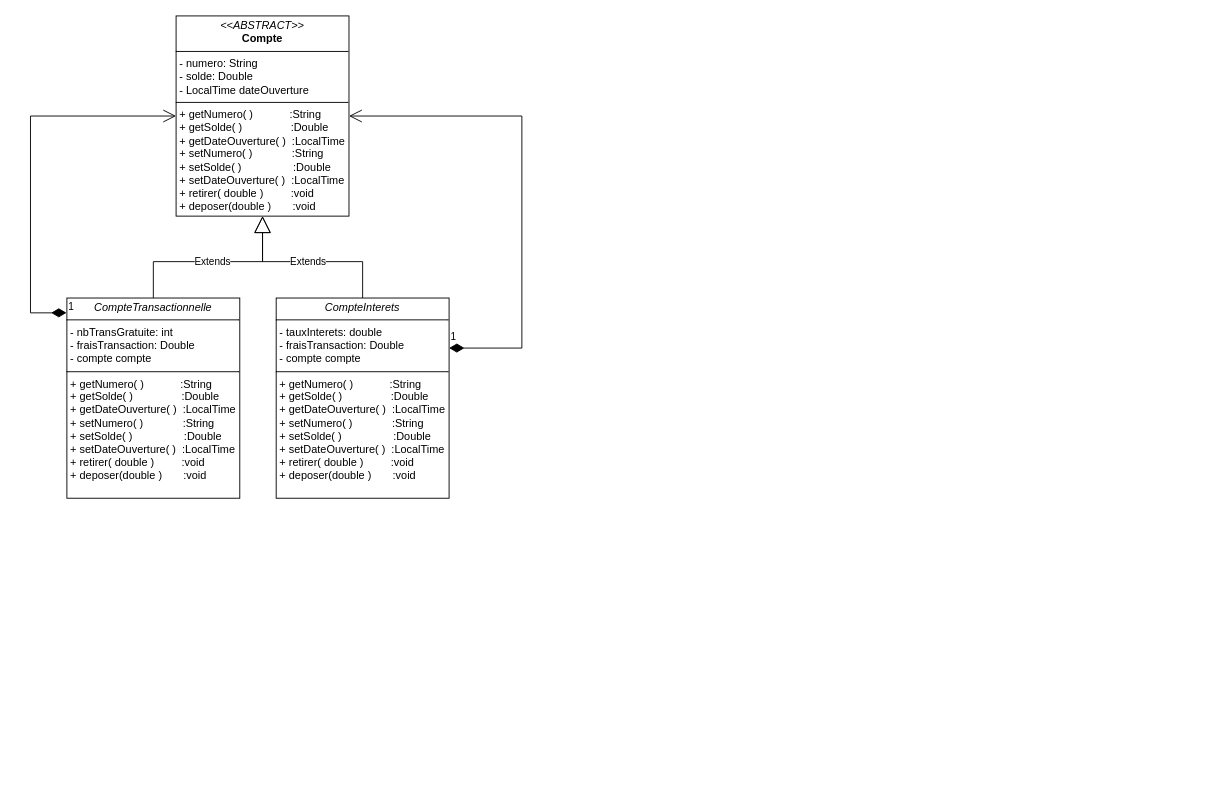
Before: Uml/DiagrammeSequence/compte.drawio in Lililatortue/JavaClassProject, a draw.io diagram. Source tidied: cells renumbered, new cells numbered last; positions are measured from the earlier drawing's top-left corner, leaving out a move shared by most shapes. Both pictures are drawn from the tidied source at 91%, with x=0, y=0 at pixel (30, 15).
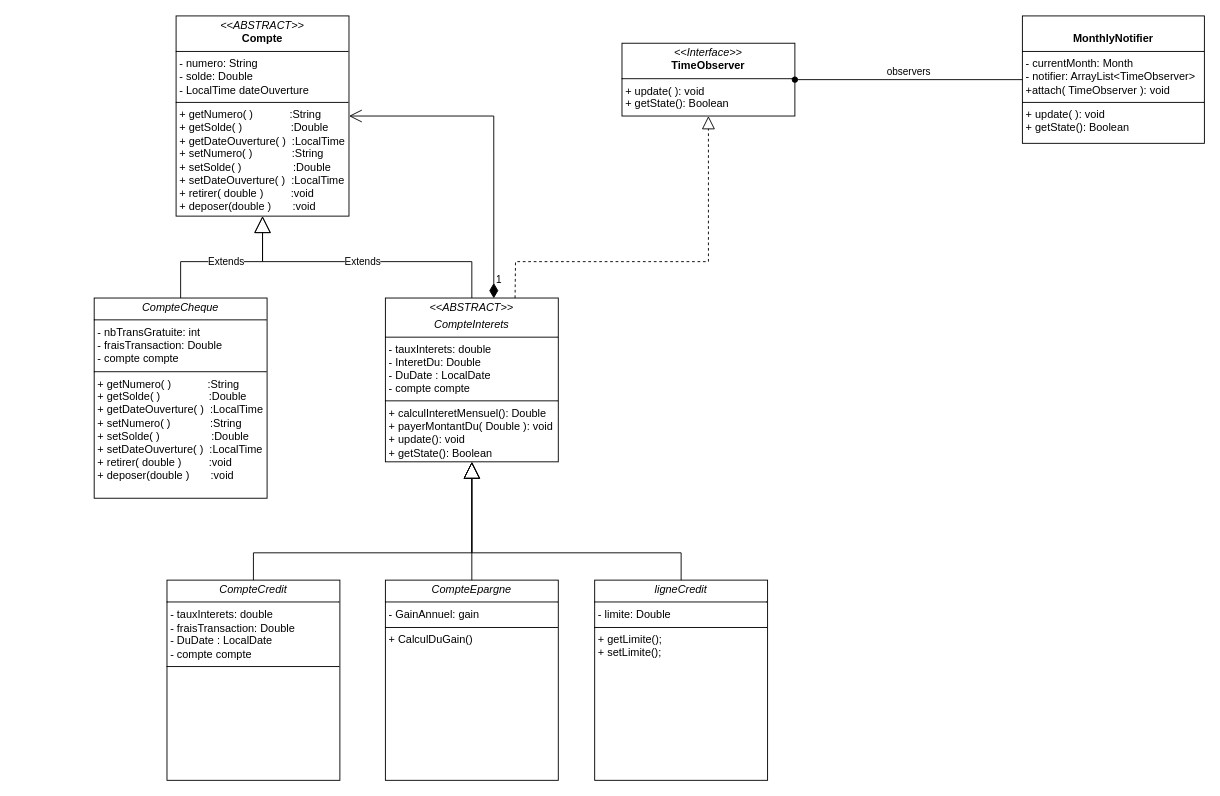
After the change.

Commit message:
Mettre à jour compte.drawio

Unchanged cells that the change refers to:
```xml
<mxCell id="2" value="&lt;p style=&quot;margin:0px;margin-top:4px;text-align:center;&quot;&gt;&lt;i&gt;&amp;lt;&amp;lt;ABSTRACT&amp;gt;&amp;gt;&lt;/i&gt;&lt;br&gt;&lt;b&gt;Compte&lt;/b&gt;&lt;/p&gt;&lt;hr size=&quot;1&quot; style=&quot;border-style:solid;&quot;&gt;&lt;p style=&quot;margin:0px;margin-left:4px;&quot;&gt;- numero: String&lt;br&gt;- solde: Double&lt;/p&gt;&lt;p style=&quot;margin:0px;margin-left:4px;&quot;&gt;- LocalTime dateOuverture&lt;/p&gt;&lt;hr size=&quot;1&quot; style=&quot;border-style:solid;&quot;&gt;&lt;p style=&quot;margin:0px;margin-left:4px;&quot;&gt;+ getNumero( )&amp;nbsp; &amp;nbsp; &amp;nbsp; &amp;nbsp; &amp;nbsp; &amp;nbsp; :String&lt;br&gt;+ getSolde( )&amp;nbsp; &amp;nbsp; &amp;nbsp; &amp;nbsp; &amp;nbsp; &amp;nbsp; &amp;nbsp; &amp;nbsp; :Double&lt;/p&gt;&lt;p style=&quot;margin:0px;margin-left:4px;&quot;&gt;+ getDateOuverture( )&amp;nbsp; :LocalTime&lt;/p&gt;&lt;p style=&quot;margin: 0px 0px 0px 4px;&quot;&gt;+ setNumero( )&amp;nbsp; &amp;nbsp; &amp;nbsp; &amp;nbsp; &amp;nbsp; &amp;nbsp; &amp;nbsp;:String&lt;br&gt;+ setSolde( )&amp;nbsp; &amp;nbsp; &amp;nbsp; &amp;nbsp; &amp;nbsp; &amp;nbsp; &amp;nbsp; &amp;nbsp; &amp;nbsp;:Double&lt;/p&gt;&lt;p style=&quot;margin: 0px 0px 0px 4px;&quot;&gt;+ setDateOuverture( )&amp;nbsp; :LocalTime&lt;/p&gt;&lt;p style=&quot;margin: 0px 0px 0px 4px;&quot;&gt;+ retirer( double )&amp;nbsp; &amp;nbsp; &amp;nbsp; &amp;nbsp; &amp;nbsp;:void&lt;/p&gt;&lt;p style=&quot;margin: 0px 0px 0px 4px;&quot;&gt;+ deposer(double )&amp;nbsp; &amp;nbsp; &amp;nbsp; &amp;nbsp;:void&lt;/p&gt;&lt;p style=&quot;margin:0px;margin-left:4px;&quot;&gt;&lt;br&gt;&lt;/p&gt;&lt;p style=&quot;margin:0px;margin-left:4px;&quot;&gt;&lt;br&gt;&lt;/p&gt;" style="verticalAlign=top;align=left;overflow=fill;html=1;whiteSpace=wrap;" parent="1" vertex="1">
  <mxGeometry x="160" width="190" height="220" as="geometry" />
</mxCell>
```

Diff of the diagram source:
```diff
@@
-    <mxCell id="3" value="&lt;p style=&quot;margin:0px;margin-top:4px;text-align:center;&quot;&gt;&lt;i&gt;CompteTransactionnelle&lt;/i&gt;&lt;/p&gt;&lt;hr size=&quot;1&quot; style=&quot;border-style:solid;&quot;&gt;&lt;p style=&quot;margin:0px;margin-left:4px;&quot;&gt;- nbTransGratuite: int&lt;br&gt;- fraisTransaction: Double&lt;/p&gt;&lt;p style=&quot;margin:0px;margin-left:4px;&quot;&gt;- compte compte&lt;/p&gt;&lt;hr size=&quot;1&quot; style=&quot;border-style:solid;&quot;&gt;&lt;p style=&quot;margin:0px;margin-left:4px;&quot;&gt;+ getNumero( )&amp;nbsp; &amp;nbsp; &amp;nbsp; &amp;nbsp; &amp;nbsp; &amp;nbsp; :String&lt;br&gt;+ getSolde( )&amp;nbsp; &amp;nbsp; &amp;nbsp; &amp;nbsp; &amp;nbsp; &amp;nbsp; &amp;nbsp; &amp;nbsp; :Double&lt;/p&gt;&lt;p style=&quot;margin:0px;margin-left:4px;&quot;&gt;+ getDateOuverture( )&amp;nbsp; :LocalTime&lt;/p&gt;&lt;p style=&quot;margin: 0px 0px 0px 4px;&quot;&gt;+ setNumero( )&amp;nbsp; &amp;nbsp; &amp;nbsp; &amp;nbsp; &amp;nbsp; &amp;nbsp; &amp;nbsp;:String&lt;br&gt;+ setSolde( )&amp;nbsp; &amp;nbsp; &amp;nbsp; &amp;nbsp; &amp;nbsp; &amp;nbsp; &amp;nbsp; &amp;nbsp; &amp;nbsp;:Double&lt;/p&gt;&lt;p style=&quot;margin: 0px 0px 0px 4px;&quot;&gt;+ setDateOuverture( )&amp;nbsp; :LocalTime&lt;/p&gt;&lt;p style=&quot;margin: 0px 0px 0px 4px;&quot;&gt;+ retirer( double )&amp;nbsp; &amp;nbsp; &amp;nbsp; &amp;nbsp; &amp;nbsp;:void&lt;/p&gt;&lt;p style=&quot;margin: 0px 0px 0px 4px;&quot;&gt;+ deposer(double )&amp;nbsp; &amp;nbsp; &amp;nbsp; &amp;nbsp;:void&lt;/p&gt;&lt;p style=&quot;margin:0px;margin-left:4px;&quot;&gt;&lt;br&gt;&lt;/p&gt;&lt;p style=&quot;margin:0px;margin-left:4px;&quot;&gt;&lt;br&gt;&lt;/p&gt;" style="verticalAlign=top;align=left;overflow=fill;html=1;whiteSpace=wrap;" parent="1" vertex="1">
-      <mxGeometry x="40" y="310" width="190" height="220" as="geometry" />
+    <mxCell id="3" value="&lt;p style=&quot;margin:0px;margin-top:4px;text-align:center;&quot;&gt;&lt;i&gt;CompteCheque&lt;/i&gt;&lt;/p&gt;&lt;hr size=&quot;1&quot; style=&quot;border-style:solid;&quot;&gt;&lt;p style=&quot;margin:0px;margin-left:4px;&quot;&gt;- nbTransGratuite: int&lt;br&gt;- fraisTransaction: Double&lt;/p&gt;&lt;p style=&quot;margin:0px;margin-left:4px;&quot;&gt;- compte compte&lt;/p&gt;&lt;hr size=&quot;1&quot; style=&quot;border-style:solid;&quot;&gt;&lt;p style=&quot;margin:0px;margin-left:4px;&quot;&gt;+ getNumero( )&amp;nbsp; &amp;nbsp; &amp;nbsp; &amp;nbsp; &amp;nbsp; &amp;nbsp; :String&lt;br&gt;+ getSolde( )&amp;nbsp; &amp;nbsp; &amp;nbsp; &amp;nbsp; &amp;nbsp; &amp;nbsp; &amp;nbsp; &amp;nbsp; :Double&lt;/p&gt;&lt;p style=&quot;margin:0px;margin-left:4px;&quot;&gt;+ getDateOuverture( )&amp;nbsp; :LocalTime&lt;/p&gt;&lt;p style=&quot;margin: 0px 0px 0px 4px;&quot;&gt;+ setNumero( )&amp;nbsp; &amp;nbsp; &amp;nbsp; &amp;nbsp; &amp;nbsp; &amp;nbsp; &amp;nbsp;:String&lt;br&gt;+ setSolde( )&amp;nbsp; &amp;nbsp; &amp;nbsp; &amp;nbsp; &amp;nbsp; &amp;nbsp; &amp;nbsp; &amp;nbsp; &amp;nbsp;:Double&lt;/p&gt;&lt;p style=&quot;margin: 0px 0px 0px 4px;&quot;&gt;+ setDateOuverture( )&amp;nbsp; :LocalTime&lt;/p&gt;&lt;p style=&quot;margin: 0px 0px 0px 4px;&quot;&gt;+ retirer( double )&amp;nbsp; &amp;nbsp; &amp;nbsp; &amp;nbsp; &amp;nbsp;:void&lt;/p&gt;&lt;p style=&quot;margin: 0px 0px 0px 4px;&quot;&gt;+ deposer(double )&amp;nbsp; &amp;nbsp; &amp;nbsp; &amp;nbsp;:void&lt;/p&gt;&lt;p style=&quot;margin:0px;margin-left:4px;&quot;&gt;&lt;br&gt;&lt;/p&gt;&lt;p style=&quot;margin:0px;margin-left:4px;&quot;&gt;&lt;br&gt;&lt;/p&gt;" style="verticalAlign=top;align=left;overflow=fill;html=1;whiteSpace=wrap;" parent="1" vertex="1">
+      <mxGeometry x="70" y="310" width="190" height="220" as="geometry" />
     </mxCell>
     <mxCell id="4" value="Extends" style="endArrow=block;endSize=16;endFill=0;html=1;rounded=0;entryX=0.5;entryY=1;entryDx=0;entryDy=0;exitX=0.5;exitY=0;exitDx=0;exitDy=0;" parent="1" edge="1" source="3" target="2">
       <mxGeometry relative="1" as="geometry">
         <Array as="points">
-          <mxPoint x="135" y="270" />
+          <mxPoint x="165" y="270" />
           <mxPoint x="255" y="270" />
         </Array>
       </mxGeometry>
     </mxCell>
-    <mxCell id="5" value="1" style="endArrow=open;html=1;endSize=12;startArrow=diamondThin;startSize=14;startFill=1;edgeStyle=orthogonalEdgeStyle;align=left;verticalAlign=bottom;rounded=0;exitX=-0.002;exitY=0.074;exitDx=0;exitDy=0;entryX=0;entryY=0.5;entryDx=0;entryDy=0;exitPerimeter=0;" parent="1" edge="1" source="3" target="2">
-      <mxGeometry x="-1" y="3" relative="1" as="geometry">
-        <Array as="points">
-          <mxPoint y="326" />
-          <mxPoint y="110" />
-        </Array>
-      </mxGeometry>
-    </mxCell>
-    <mxCell id="6" value="&lt;p style=&quot;margin:0px;margin-top:4px;text-align:center;&quot;&gt;&lt;i&gt;CompteInterets&lt;/i&gt;&lt;/p&gt;&lt;hr size=&quot;1&quot; style=&quot;border-style:solid;&quot;&gt;&lt;p style=&quot;margin:0px;margin-left:4px;&quot;&gt;- tauxInterets: double&lt;br&gt;- fraisTransaction: Double&lt;/p&gt;&lt;p style=&quot;margin:0px;margin-left:4px;&quot;&gt;- compte compte&lt;/p&gt;&lt;hr size=&quot;1&quot; style=&quot;border-style:solid;&quot;&gt;&lt;p style=&quot;margin:0px;margin-left:4px;&quot;&gt;+ getNumero( )&amp;nbsp; &amp;nbsp; &amp;nbsp; &amp;nbsp; &amp;nbsp; &amp;nbsp; :String&lt;br&gt;+ getSolde( )&amp;nbsp; &amp;nbsp; &amp;nbsp; &amp;nbsp; &amp;nbsp; &amp;nbsp; &amp;nbsp; &amp;nbsp; :Double&lt;/p&gt;&lt;p style=&quot;margin:0px;margin-left:4px;&quot;&gt;+ getDateOuverture( )&amp;nbsp; :LocalTime&lt;/p&gt;&lt;p style=&quot;margin: 0px 0px 0px 4px;&quot;&gt;+ setNumero( )&amp;nbsp; &amp;nbsp; &amp;nbsp; &amp;nbsp; &amp;nbsp; &amp;nbsp; &amp;nbsp;:String&lt;br&gt;+ setSolde( )&amp;nbsp; &amp;nbsp; &amp;nbsp; &amp;nbsp; &amp;nbsp; &amp;nbsp; &amp;nbsp; &amp;nbsp; &amp;nbsp;:Double&lt;/p&gt;&lt;p style=&quot;margin: 0px 0px 0px 4px;&quot;&gt;+ setDateOuverture( )&amp;nbsp; :LocalTime&lt;/p&gt;&lt;p style=&quot;margin: 0px 0px 0px 4px;&quot;&gt;+ retirer( double )&amp;nbsp; &amp;nbsp; &amp;nbsp; &amp;nbsp; &amp;nbsp;:void&lt;/p&gt;&lt;p style=&quot;margin: 0px 0px 0px 4px;&quot;&gt;+ deposer(double )&amp;nbsp; &amp;nbsp; &amp;nbsp; &amp;nbsp;:void&lt;/p&gt;&lt;p style=&quot;margin:0px;margin-left:4px;&quot;&gt;&lt;br&gt;&lt;/p&gt;&lt;p style=&quot;margin:0px;margin-left:4px;&quot;&gt;&lt;br&gt;&lt;/p&gt;" style="verticalAlign=top;align=left;overflow=fill;html=1;whiteSpace=wrap;" parent="1" vertex="1">
-      <mxGeometry x="270" y="310" width="190" height="220" as="geometry" />
+    <mxCell id="6" value="&lt;p style=&quot;margin:0px;margin-top:4px;text-align:center;&quot;&gt;&lt;i&gt;&amp;lt;&amp;lt;ABSTRACT&amp;gt;&amp;gt;&lt;/i&gt;&lt;/p&gt;&lt;p style=&quot;margin:0px;margin-top:4px;text-align:center;&quot;&gt;&lt;i&gt;CompteInterets&lt;/i&gt;&lt;/p&gt;&lt;hr size=&quot;1&quot; style=&quot;border-style:solid;&quot;&gt;&lt;p style=&quot;margin:0px;margin-left:4px;&quot;&gt;- tauxInterets: double&lt;br&gt;- InteretDu: Double&lt;/p&gt;&lt;p style=&quot;margin:0px;margin-left:4px;&quot;&gt;- DuDate : LocalDate&lt;/p&gt;&lt;p style=&quot;margin:0px;margin-left:4px;&quot;&gt;- compte compte&lt;/p&gt;&lt;hr size=&quot;1&quot; style=&quot;border-style:solid;&quot;&gt;&lt;p style=&quot;margin:0px;margin-left:4px;&quot;&gt;+ calculInteretMensuel(): Double&lt;/p&gt;&lt;p style=&quot;margin:0px;margin-left:4px;&quot;&gt;+ payerMontantDu( Double ): void&lt;/p&gt;&lt;p style=&quot;margin:0px;margin-left:4px;&quot;&gt;+ update(): void&lt;/p&gt;&lt;p style=&quot;margin:0px;margin-left:4px;&quot;&gt;+ getState(): Boolean&lt;/p&gt;&lt;p style=&quot;margin:0px;margin-left:4px;&quot;&gt;&lt;br&gt;&lt;/p&gt;" style="verticalAlign=top;align=left;overflow=fill;html=1;whiteSpace=wrap;" parent="1" vertex="1">
+      <mxGeometry x="390" y="310" width="190" height="180" as="geometry" />
     </mxCell>
     <mxCell id="7" value="Extends" style="endArrow=block;endSize=16;endFill=0;html=1;rounded=0;entryX=0.5;entryY=1;entryDx=0;entryDy=0;exitX=0.5;exitY=0;exitDx=0;exitDy=0;" parent="1" edge="1" source="6" target="2">
       <mxGeometry relative="1" as="geometry">
         <Array as="points">
+          <mxPoint x="485" y="270" />
           <mxPoint x="365" y="270" />
           <mxPoint x="255" y="270" />
         </Array>
       </mxGeometry>
     </mxCell>
-    <mxCell id="8" value="1" style="endArrow=open;html=1;endSize=12;startArrow=diamondThin;startSize=14;startFill=1;edgeStyle=orthogonalEdgeStyle;align=left;verticalAlign=bottom;rounded=0;exitX=1;exitY=0.25;exitDx=0;exitDy=0;entryX=1;entryY=0.5;entryDx=0;entryDy=0;" parent="1" edge="1" source="6" target="2">
-      <mxGeometry x="-1" y="3" relative="1" as="geometry">
+    <mxCell id="8" value="1" style="endArrow=open;html=1;endSize=12;startArrow=diamondThin;startSize=14;startFill=1;edgeStyle=orthogonalEdgeStyle;align=left;verticalAlign=bottom;rounded=0;exitX=0.627;exitY=0.002;exitDx=0;exitDy=0;entryX=1;entryY=0.5;entryDx=0;entryDy=0;exitPerimeter=0;" parent="1" edge="1" source="6" target="2">
+      <mxGeometry x="-0.94" y="-1" relative="1" as="geometry">
         <Array as="points">
-          <mxPoint x="540" y="365" />
-          <mxPoint x="540" y="110" />
+          <mxPoint x="509" y="110" />
         </Array>
       </mxGeometry>
     </mxCell>
+    <mxCell id="9" value="&lt;p style=&quot;margin:0px;margin-top:4px;text-align:center;&quot;&gt;&lt;i&gt;ligneCredit&lt;/i&gt;&lt;/p&gt;&lt;hr size=&quot;1&quot; style=&quot;border-style:solid;&quot;&gt;&lt;p style=&quot;margin:0px;margin-left:4px;&quot;&gt;- limite: Double&lt;/p&gt;&lt;hr size=&quot;1&quot; style=&quot;border-style:solid;&quot;&gt;&lt;p style=&quot;margin:0px;margin-left:4px;&quot;&gt;+ getLimite();&lt;/p&gt;&lt;p style=&quot;margin:0px;margin-left:4px;&quot;&gt;+ setLimite();&lt;/p&gt;&lt;p style=&quot;margin:0px;margin-left:4px;&quot;&gt;&lt;br&gt;&lt;/p&gt;&lt;p style=&quot;margin:0px;margin-left:4px;&quot;&gt;&lt;br&gt;&lt;/p&gt;" style="verticalAlign=top;align=left;overflow=fill;html=1;whiteSpace=wrap;" parent="1" vertex="1">
+      <mxGeometry x="620" y="620" width="190" height="220" as="geometry" />
+    </mxCell>
+    <mxCell id="10" value="&lt;p style=&quot;margin:0px;margin-top:4px;text-align:center;&quot;&gt;&lt;i&gt;CompteEpargne&lt;/i&gt;&lt;/p&gt;&lt;hr size=&quot;1&quot; style=&quot;border-style:solid;&quot;&gt;&lt;p style=&quot;margin:0px;margin-left:4px;&quot;&gt;- GainAnnuel: gain&lt;/p&gt;&lt;hr size=&quot;1&quot; style=&quot;border-style:solid;&quot;&gt;&lt;p style=&quot;margin:0px;margin-left:4px;&quot;&gt;+ CalculDuGain()&lt;/p&gt;&lt;p style=&quot;margin:0px;margin-left:4px;&quot;&gt;&lt;br&gt;&lt;/p&gt;&lt;p style=&quot;margin:0px;margin-left:4px;&quot;&gt;&lt;br&gt;&lt;/p&gt;" style="verticalAlign=top;align=left;overflow=fill;html=1;whiteSpace=wrap;" parent="1" vertex="1">
+      <mxGeometry x="390" y="620" width="190" height="220" as="geometry" />
+    </mxCell>
+    <mxCell id="11" value="&lt;p style=&quot;margin:0px;margin-top:4px;text-align:center;&quot;&gt;&lt;i&gt;CompteCredit&lt;/i&gt;&lt;/p&gt;&lt;hr size=&quot;1&quot; style=&quot;border-style:solid;&quot;&gt;&lt;p style=&quot;margin:0px;margin-left:4px;&quot;&gt;- tauxInterets: double&lt;br&gt;- fraisTransaction: Double&lt;/p&gt;&lt;p style=&quot;margin:0px;margin-left:4px;&quot;&gt;- DuDate : LocalDate&lt;/p&gt;&lt;p style=&quot;margin:0px;margin-left:4px;&quot;&gt;- compte compte&lt;/p&gt;&lt;hr size=&quot;1&quot; style=&quot;border-style:solid;&quot;&gt;&lt;p style=&quot;margin:0px;margin-left:4px;&quot;&gt;&lt;br&gt;&lt;/p&gt;&lt;p style=&quot;margin:0px;margin-left:4px;&quot;&gt;&lt;br&gt;&lt;/p&gt;&lt;p style=&quot;margin:0px;margin-left:4px;&quot;&gt;&lt;br&gt;&lt;/p&gt;" style="verticalAlign=top;align=left;overflow=fill;html=1;whiteSpace=wrap;" parent="1" vertex="1">
+      <mxGeometry x="150" y="620" width="190" height="220" as="geometry" />
+    </mxCell>
+    <mxCell id="12" style="endArrow=block;endSize=16;endFill=0;html=1;rounded=0;entryX=0.5;entryY=1;entryDx=0;entryDy=0;exitX=0.5;exitY=0;exitDx=0;exitDy=0;" parent="1" edge="1" source="10" target="6">
+      <mxGeometry relative="1" as="geometry" />
+    </mxCell>
+    <mxCell id="13" style="endArrow=block;endSize=16;endFill=0;html=1;rounded=0;entryX=0.5;entryY=1;entryDx=0;entryDy=0;exitX=0.5;exitY=0;exitDx=0;exitDy=0;" parent="1" edge="1" source="9" target="6">
+      <mxGeometry relative="1" as="geometry">
+        <Array as="points">
+          <mxPoint x="715" y="590" />
+          <mxPoint x="485" y="590" />
+        </Array>
+      </mxGeometry>
+    </mxCell>
+    <mxCell id="14" style="endArrow=block;endSize=16;endFill=0;html=1;rounded=0;entryX=0.5;entryY=1;entryDx=0;entryDy=0;exitX=0.5;exitY=0;exitDx=0;exitDy=0;" parent="1" edge="1" source="11" target="6">
+      <mxGeometry relative="1" as="geometry">
+        <Array as="points">
+          <mxPoint x="245" y="590" />
+          <mxPoint x="485" y="590" />
+        </Array>
+      </mxGeometry>
+    </mxCell>
+    <mxCell id="15" style="endArrow=block;dashed=1;endFill=0;endSize=12;html=1;rounded=0;exitX=0.75;exitY=0;exitDx=0;exitDy=0;" parent="1" edge="1" source="6" target="16">
+      <mxGeometry relative="1" as="geometry">
+        <Array as="points">
+          <mxPoint x="533" y="270" />
+          <mxPoint x="745" y="270" />
+        </Array>
+      </mxGeometry>
+    </mxCell>
+    <mxCell id="16" value="&lt;p style=&quot;margin:0px;margin-top:4px;text-align:center;&quot;&gt;&lt;i&gt;&amp;lt;&amp;lt;Interface&amp;gt;&amp;gt;&lt;/i&gt;&lt;br&gt;&lt;b&gt;TimeObserver&lt;/b&gt;&lt;/p&gt;&lt;hr size=&quot;1&quot; style=&quot;border-style:solid;&quot;&gt;&lt;p style=&quot;margin:0px;margin-left:4px;&quot;&gt;+ update( ): void&lt;br&gt;+ getState(): Boolean&lt;/p&gt;" style="verticalAlign=top;align=left;overflow=fill;html=1;whiteSpace=wrap;" parent="1" vertex="1">
+      <mxGeometry x="650" y="30" width="190" height="80" as="geometry" />
+    </mxCell>
+    <mxCell id="17" value="&lt;p style=&quot;margin:0px;margin-top:4px;text-align:center;&quot;&gt;&lt;br&gt;&lt;b&gt;MonthlyNotifier&lt;/b&gt;&lt;/p&gt;&lt;hr size=&quot;1&quot; style=&quot;border-style:solid;&quot;&gt;&lt;p style=&quot;margin:0px;margin-left:4px;&quot;&gt;- currentMonth: Month&lt;/p&gt;&lt;p style=&quot;margin:0px;margin-left:4px;&quot;&gt;- notifier: ArrayList&amp;lt;TimeObserver&amp;gt;&lt;/p&gt;&lt;p style=&quot;margin:0px;margin-left:4px;&quot;&gt;+attach( TimeObserver ): void&lt;/p&gt;&lt;hr size=&quot;1&quot; style=&quot;border-style:solid;&quot;&gt;&lt;p style=&quot;margin:0px;margin-left:4px;&quot;&gt;+ update( ): void&lt;br&gt;+ getState(): Boolean&lt;/p&gt;" style="verticalAlign=top;align=left;overflow=fill;html=1;whiteSpace=wrap;" parent="1" vertex="1">
+      <mxGeometry x="1090" width="200" height="140" as="geometry" />
+    </mxCell>
+    <mxCell id="18" value="observers" style="html=1;verticalAlign=bottom;endArrow=oval;curved=0;rounded=0;entryX=1;entryY=0.5;entryDx=0;entryDy=0;exitX=0;exitY=0.5;exitDx=0;exitDy=0;endFill=1;" parent="1" edge="1" source="17" target="16">
+      <mxGeometry relative="1" as="geometry" />
+    </mxCell>
```
